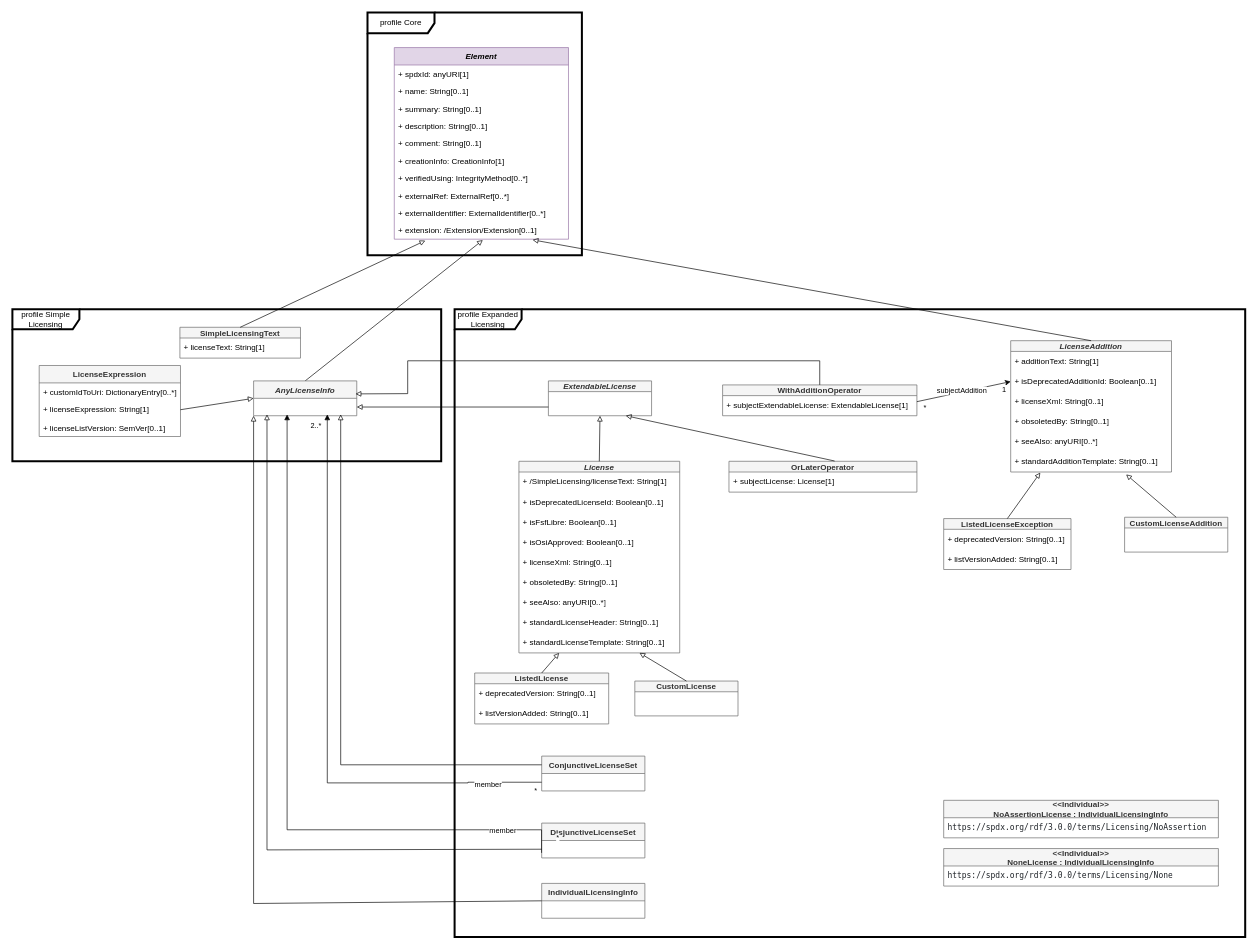
This is page "Licensing" (5 of 11) of model.drawio from spdx/spdx-3-model, a draw.io file, before an edit. Source tidied: cells renumbered, new cells numbered last; positions are measured from the earlier drawing's top-left corner, leaving out a move shared by most shapes. Both pictures are drawn from the tidied source at 67%, with x=0, y=0 at pixel (12, 12).
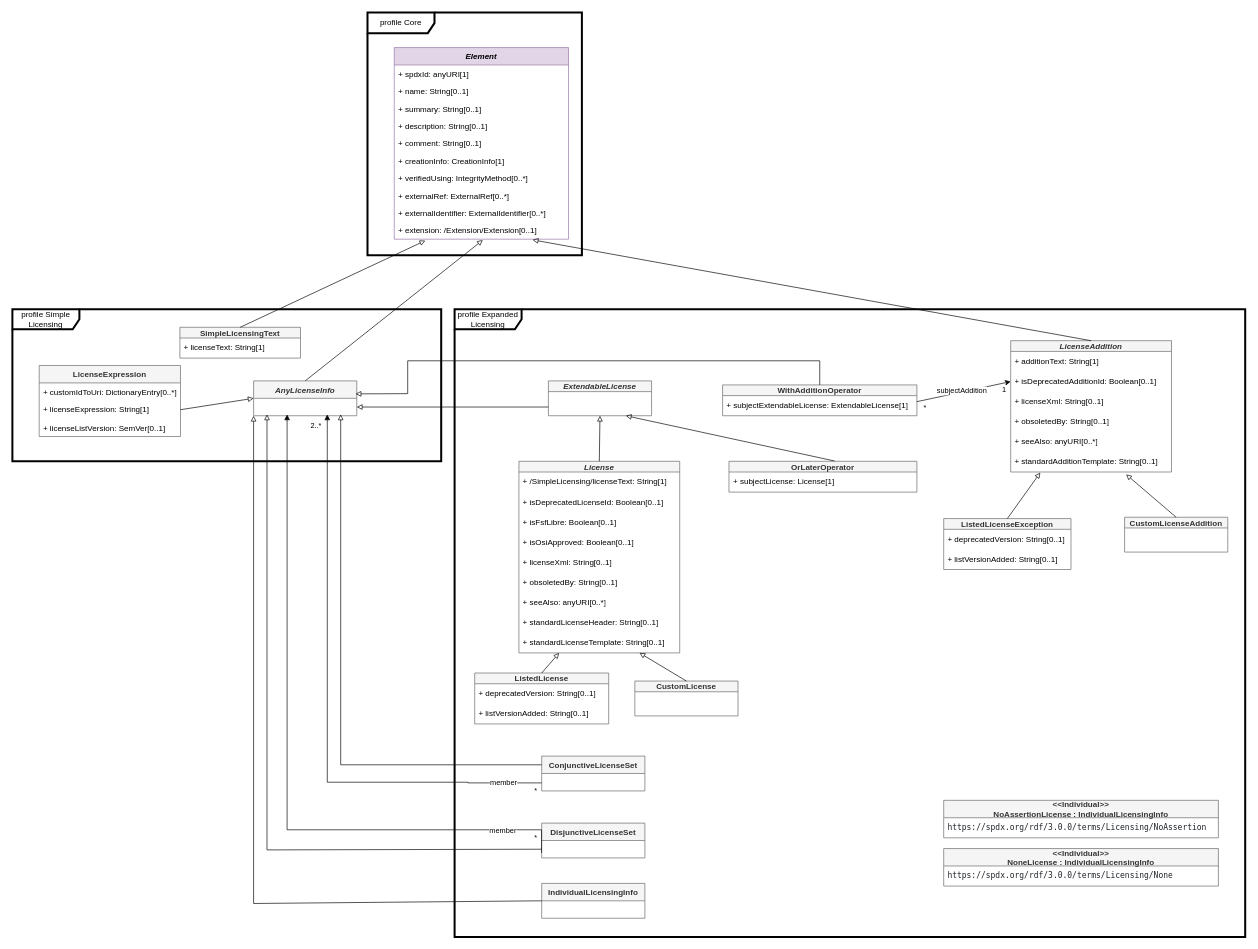
The same page after the edit.

Commit message:
model.drawio: Fix some label positions in Licensing

Unchanged cells that the change refers to:
```xml
<mxCell id="24" value="ConjunctiveLicenseSet" style="swimlane;fontStyle=1;horizontal=1;startSize=26;fillColor=#f5f5f5;strokeColor=#666666;fontColor=#333333;" parent="1" vertex="1">
  <mxGeometry x="790" y="1110" width="154" height="52" as="geometry" />
</mxCell>
<mxCell id="51" style="edgeStyle=orthogonalEdgeStyle;rounded=0;jettySize=auto;html=1;endArrow=block;endFill=1;exitX=0.11;exitY=0.866;exitDx=0;exitDy=0;exitPerimeter=0;" parent="1" edge="1" source="2">
  <mxGeometry relative="1" as="geometry">
    <mxPoint x="410" y="600" as="targetPoint" />
    <Array as="points">
      <mxPoint x="410" y="1220" />
    </Array>
  </mxGeometry>
</mxCell>
```

Change to the diagram source:
```diff
@@
-    <mxCell id="25" style="edgeStyle=orthogonalEdgeStyle;rounded=0;jettySize=auto;html=1;endArrow=block;endFill=1;exitX=0;exitY=0.75;exitDx=0;exitDy=0;" parent="1" edge="1" source="24">
+    <mxCell id="25" style="edgeStyle=orthogonalEdgeStyle;rounded=0;orthogonalLoop=1;jettySize=auto;html=1;endArrow=block;endFill=1;" parent="1" edge="1">
       <mxGeometry relative="1" as="geometry">
+        <mxPoint x="790" y="1150" as="sourcePoint" />
         <mxPoint x="470" y="600" as="targetPoint" />
         <Array as="points">
           <mxPoint x="680" y="1149" />
           <mxPoint x="470" y="1150" />
         </Array>
       </mxGeometry>
     </mxCell>
@@
     <mxCell id="27" value="member" style="edgeLabel;html=1;align=center;verticalAlign=middle;" parent="25" vertex="1">
       <mxGeometry x="-0.35" y="1" relative="1" as="geometry">
-        <mxPoint x="201" as="offset" />
+        <mxPoint x="224" y="-1" as="offset" />
       </mxGeometry>
     </mxCell>
@@
     <mxCell id="53" value="*" style="edgeLabel;html=1;align=center;verticalAlign=middle;" parent="51" vertex="1">
       <mxGeometry x="-0.85" relative="1" as="geometry">
-        <mxPoint x="67" y="11" as="offset" />
+        <mxPoint x="34" y="11" as="offset" />
       </mxGeometry>
     </mxCell>
```
